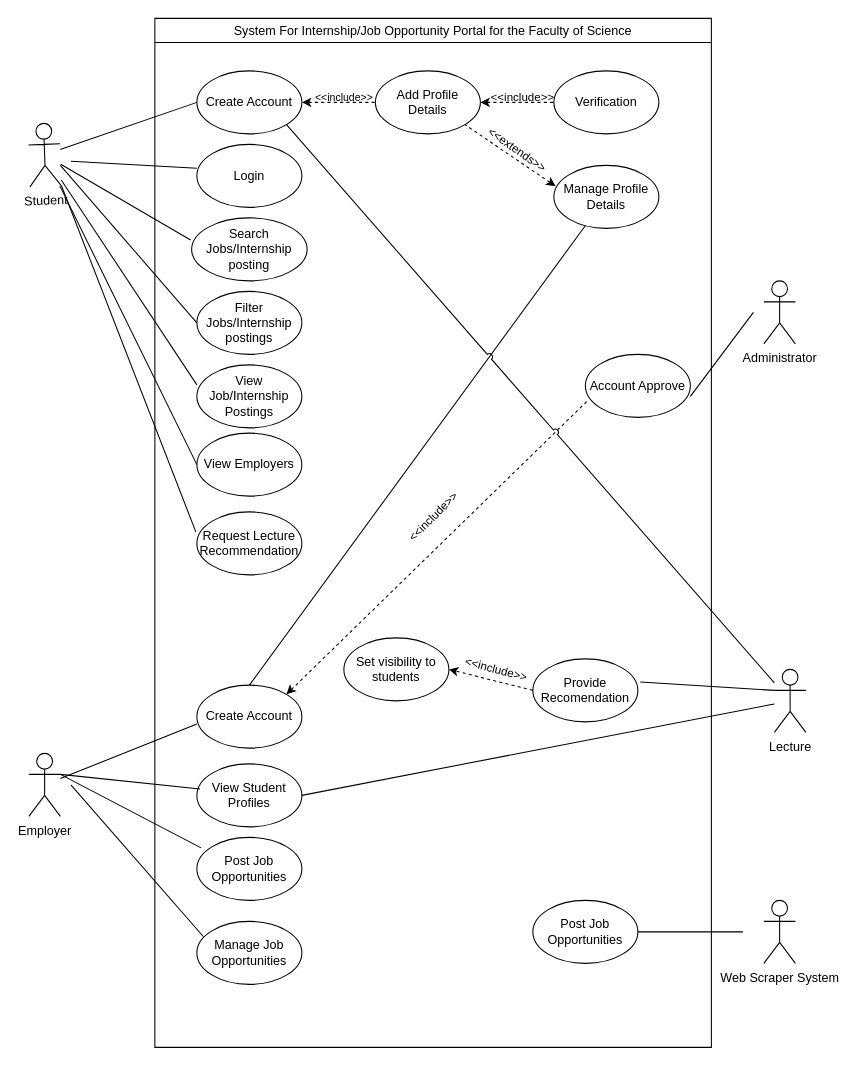
This is 471.drawio from mashihimasha/UPW_Diagrams, a draw.io file, before an edit. Source tidied: cells renumbered, new cells numbered last; positions are measured from the earlier drawing's top-left corner, leaving out a move shared by most shapes. Both pictures are drawn from the tidied source at 105%, with x=0, y=0 at pixel (28, 18).
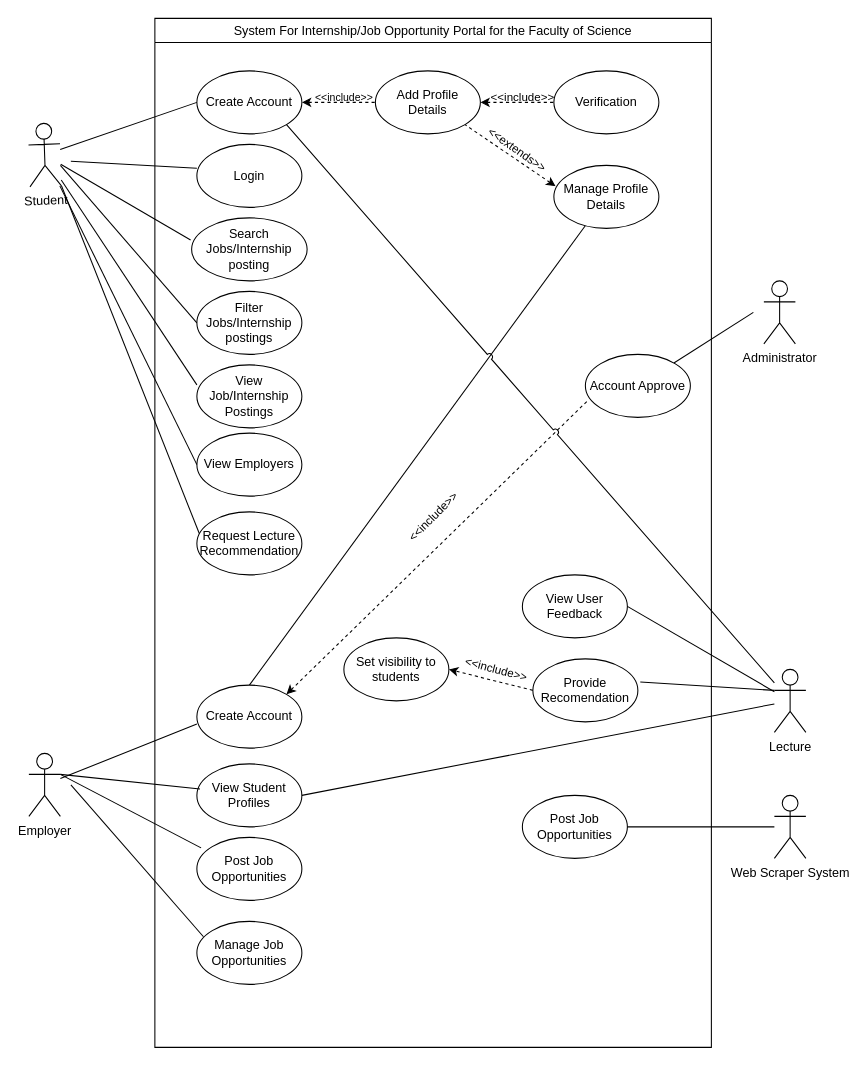
The same page after the edit.

Unchanged cells that the change refers to:
```xml
<mxCell id="2" value="System For&amp;nbsp;Internship/Job Opportunity Portal for the Faculty of Science" style="swimlane;whiteSpace=wrap;html=1;fontStyle=0;" parent="1" vertex="1">
  <mxGeometry x="120" width="530" height="980" as="geometry" />
</mxCell>
<mxCell id="8" value="Request Lecture Recommendation" style="ellipse;whiteSpace=wrap;html=1;" parent="2" vertex="1">
  <mxGeometry x="40" y="470" width="100" height="60" as="geometry" />
</mxCell>
<mxCell id="29" value="Account Approve" style="ellipse;whiteSpace=wrap;html=1;" parent="2" vertex="1">
  <mxGeometry x="410" y="320" width="100" height="60" as="geometry" />
</mxCell>
<mxCell id="32" value="Student" style="shape=umlActor;verticalLabelPosition=bottom;verticalAlign=top;html=1;outlineConnect=0;rotation=-2;" parent="1" vertex="1">
  <mxGeometry y="100" width="30" height="60" as="geometry" />
</mxCell>
<mxCell id="42" value="Lecture" style="shape=umlActor;verticalLabelPosition=bottom;verticalAlign=top;html=1;outlineConnect=0;" parent="1" vertex="1">
  <mxGeometry x="710" y="620" width="30" height="60" as="geometry" />
</mxCell>
```

Change to the diagram source:
```diff
@@
     <mxCell id="30" value="Post Job Opportunities" style="ellipse;whiteSpace=wrap;html=1;" parent="2" vertex="1">
-      <mxGeometry x="360" y="840" width="100" height="60" as="geometry" />
+      <mxGeometry x="350" y="740" width="100" height="60" as="geometry" />
     </mxCell>
@@
+    <mxCell id="53" value="View User Feedback" style="ellipse;whiteSpace=wrap;html=1;" parent="2" vertex="1">
+      <mxGeometry x="350" y="530" width="100" height="60" as="geometry" />
+    </mxCell>
@@
-    <mxCell id="38" style="endArrow=none;html=1;rounded=0;exitX=1;exitY=1;exitDx=0;exitDy=0;exitPerimeter=0;entryX=-0.01;entryY=0.317;entryDx=0;entryDy=0;entryPerimeter=0;endFill=0;" parent="1" edge="1" source="32" target="8">
+    <mxCell id="38" style="endArrow=none;html=1;rounded=0;exitX=1;exitY=1;exitDx=0;exitDy=0;exitPerimeter=0;endFill=0;entryX=0.023;entryY=0.344;entryDx=0;entryDy=0;entryPerimeter=0;" parent="1" edge="1" source="32" target="8">
       <mxGeometry relative="1" as="geometry" />
     </mxCell>
@@
-    <mxCell id="48" style="endArrow=none;html=1;rounded=0;entryX=1;entryY=0.5;entryDx=0;entryDy=0;exitX=0;exitY=0.5;exitDx=0;exitDy=0;endFill=0;startArrow=none;startFill=0;" parent="1" edge="1" target="30">
-      <mxGeometry relative="1" as="geometry">
-        <mxPoint x="680" y="870" as="sourcePoint" />
-      </mxGeometry>
+    <mxCell id="48" style="endArrow=none;html=1;rounded=0;entryX=1;entryY=0.5;entryDx=0;entryDy=0;endFill=0;startArrow=none;startFill=0;" parent="1" edge="1" source="52" target="30">
+      <mxGeometry relative="1" as="geometry" />
     </mxCell>
-    <mxCell id="49" style="endArrow=none;html=1;rounded=0;entryX=1;entryY=0.667;entryDx=0;entryDy=0;entryPerimeter=0;endFill=0;" parent="1" edge="1" target="29">
+    <mxCell id="49" style="endArrow=none;html=1;rounded=0;endFill=0;" parent="1" edge="1" target="29">
       <mxGeometry relative="1" as="geometry">
         <mxPoint x="690" y="280" as="sourcePoint" />
       </mxGeometry>
     </mxCell>
@@
     <mxCell id="52" value="Web Scraper System" style="shape=umlActor;verticalLabelPosition=bottom;verticalAlign=top;html=1;outlineConnect=0;" parent="1" vertex="1">
-      <mxGeometry x="700" y="840" width="30" height="60" as="geometry" />
+      <mxGeometry x="710" y="740" width="30" height="60" as="geometry" />
     </mxCell>
+    <mxCell id="54" style="rounded=0;jettySize=auto;html=1;exitX=1;exitY=0.5;exitDx=0;exitDy=0;endArrow=none;endFill=0;" parent="1" edge="1" source="53" target="42">
+      <mxGeometry relative="1" as="geometry" />
+    </mxCell>
```
